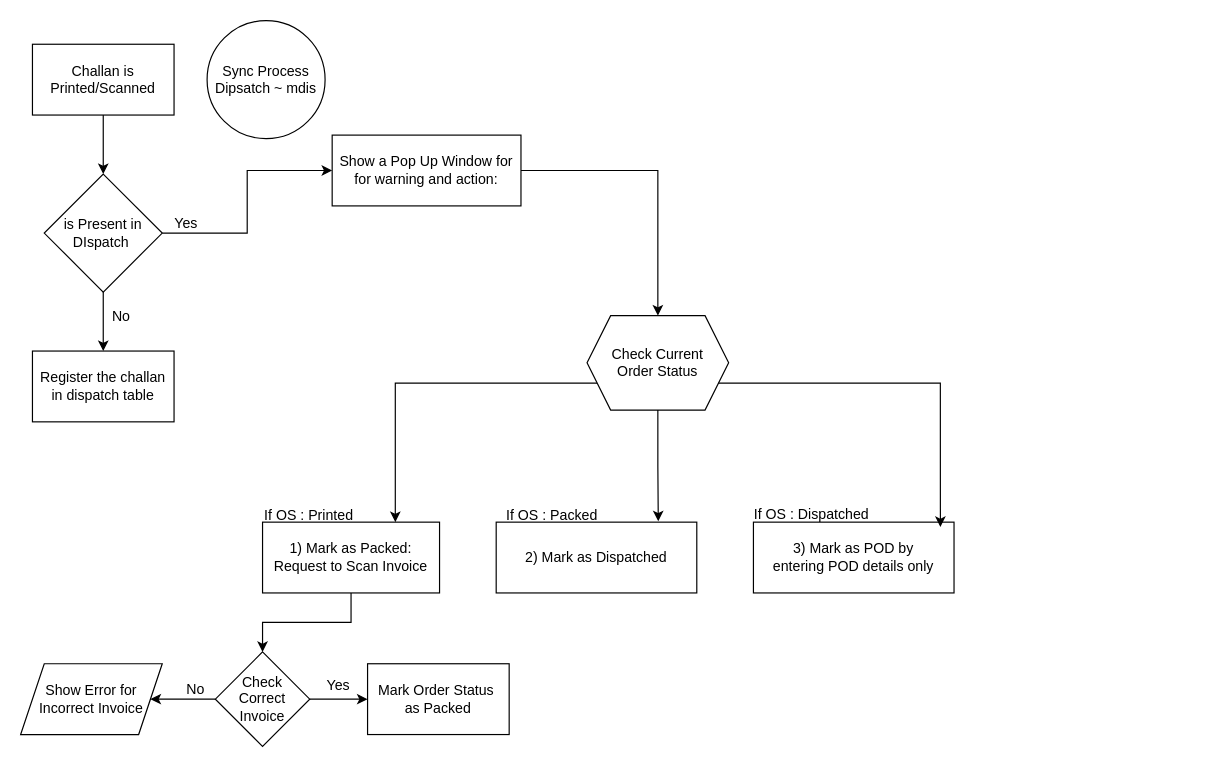
bhavinsakaria/pla-v2 keeps this draw.io diagram as Other/dispatch_flow.drawio. Above is the earlier version. Source tidied: cells renumbered, new cells numbered last; positions are measured from the earlier drawing's top-left corner, leaving out a move shared by most shapes. Both pictures are drawn from the tidied source at 118%, with x=0, y=0 at pixel (20, 20).
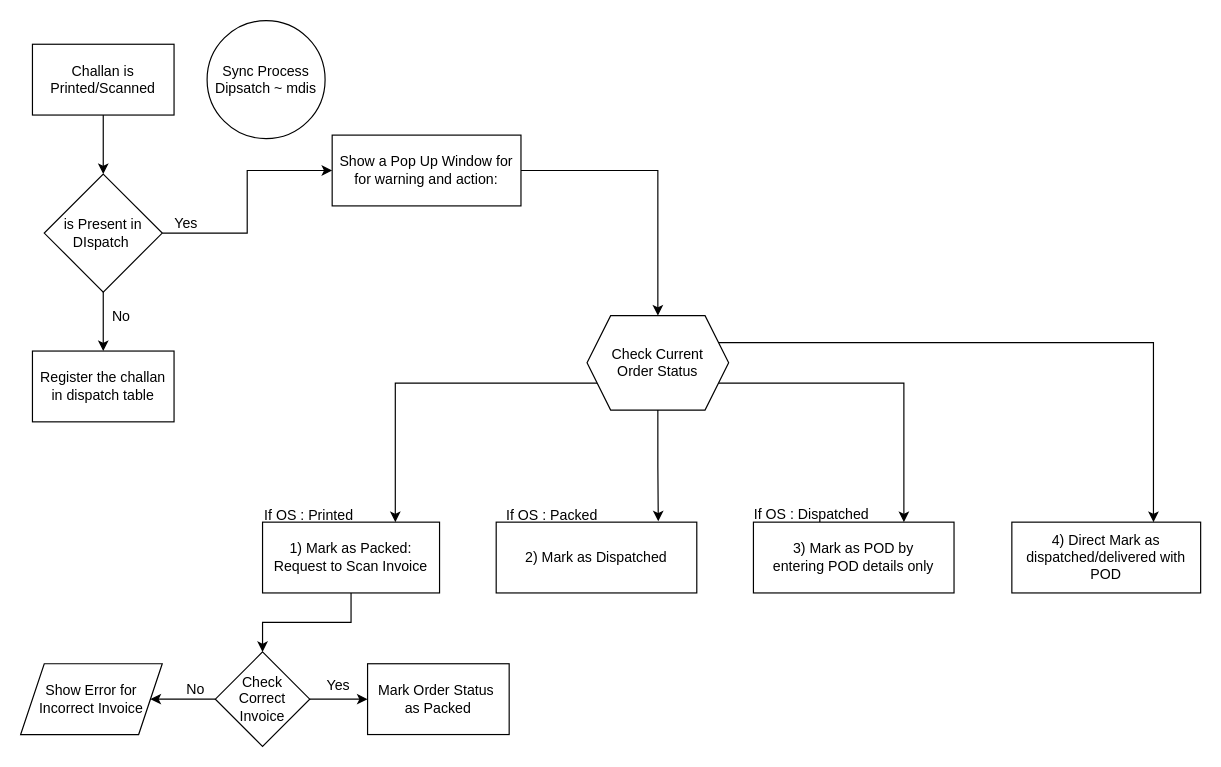
Above is the later version.

Unchanged cells that the change refers to:
```xml
<mxCell id="22" value="Check Current&lt;br&gt;Order Status" style="shape=hexagon;perimeter=hexagonPerimeter2;whiteSpace=wrap;html=1;fixedSize=1;rounded=0;" parent="1" vertex="1">
  <mxGeometry x="480" y="250" width="120" height="80" as="geometry" />
</mxCell>
<mxCell id="26" value="3) Mark as POD by&lt;br&gt;entering POD details only" style="rounded=0;whiteSpace=wrap;html=1;" parent="1" vertex="1">
  <mxGeometry x="621" y="425" width="170" height="60" as="geometry" />
</mxCell>
```

Diff of the diagram source:
```diff
@@
+    <mxCell id="31" style="edgeStyle=orthogonalEdgeStyle;rounded=0;jettySize=auto;html=1;exitX=1;exitY=0.25;exitDx=0;exitDy=0;entryX=0.75;entryY=0;entryDx=0;entryDy=0;" parent="1" edge="1" source="22" target="32">
+      <mxGeometry relative="1" as="geometry" />
+    </mxCell>
+    <mxCell id="30" style="edgeStyle=orthogonalEdgeStyle;rounded=0;jettySize=auto;html=1;exitX=1;exitY=0.75;exitDx=0;exitDy=0;entryX=0.75;entryY=0;entryDx=0;entryDy=0;" parent="1" edge="1" source="22" target="26">
+      <mxGeometry relative="1" as="geometry" />
+    </mxCell>
@@
-    <mxCell id="30" style="edgeStyle=orthogonalEdgeStyle;rounded=0;jettySize=auto;html=1;exitX=1;exitY=0.75;exitDx=0;exitDy=0;entryX=0.932;entryY=0.068;entryDx=0;entryDy=0;entryPerimeter=0;" parent="1" edge="1" source="22" target="26">
-      <mxGeometry relative="1" as="geometry" />
-    </mxCell>
+    <mxCell id="32" value="4) Direct Mark as dispatched/delivered with POD" style="rounded=0;whiteSpace=wrap;html=1;" parent="1" vertex="1">
+      <mxGeometry x="840" y="425" width="160" height="60" as="geometry" />
+    </mxCell>
```
